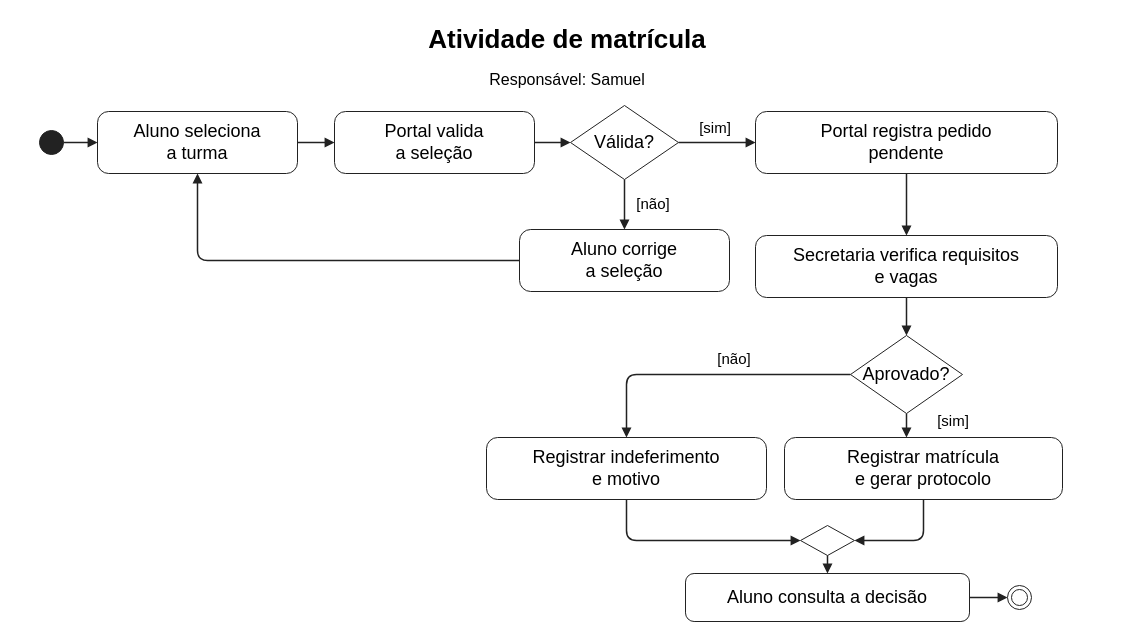
Before: diagramas/atividades/matricula.drawio in samunovasideias/pp1-site-faculdade-uml, a draw.io diagram. Source tidied: cells renumbered, new cells numbered last; positions are measured from the earlier drawing's top-left corner, leaving out a move shared by most shapes. Both pictures are drawn from the tidied source at 100%, with x=0, y=0 at pixel (39, 17).
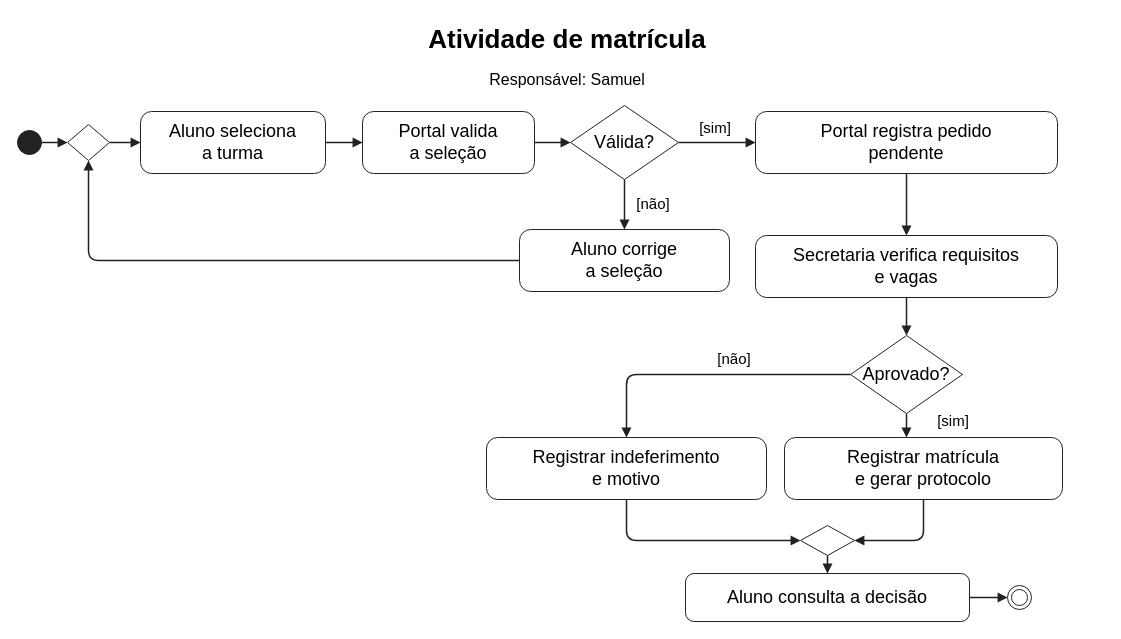
After the change.

Commit message (it also covers changes not shown here):
Refina a notação UML e confere o fluxo de matrícula

Unchanged cells that the change refers to:
```xml
<mxCell id="8" value="Aluno corrige&#10;a seleção" style="rounded=1;arcSize=18;whiteSpace=wrap;html=0;align=center;verticalAlign=middle;strokeColor=#222222;fillColor=#ffffff;fontColor=#000000;fontSize=18;" parent="1" vertex="1">
  <mxGeometry x="480" y="212" width="210" height="62" as="geometry" />
</mxCell>
```

The edit, as a diff of the source:
```diff
@@
     <mxCell id="4" style="ellipse;fillColor=#222222;whiteSpace=wrap;html=0;align=center;verticalAlign=middle;strokeColor=#222222;fillColor=#222222;fontColor=#000000;fontSize=18;" parent="1" vertex="1">
-      <mxGeometry y="113" width="24" height="24" as="geometry" />
+      <mxGeometry x="-22" y="113" width="24" height="24" as="geometry" />
     </mxCell>
     <mxCell id="5" value="Aluno seleciona&#10;a turma" style="rounded=1;arcSize=18;whiteSpace=wrap;html=0;align=center;verticalAlign=middle;strokeColor=#222222;fillColor=#ffffff;fontColor=#000000;fontSize=18;" parent="1" vertex="1">
-      <mxGeometry x="58" y="94" width="200" height="62" as="geometry" />
+      <mxGeometry x="101" y="94" width="185" height="62" as="geometry" />
     </mxCell>
+    <mxCell id="35" style="rhombus;whiteSpace=wrap;html=0;align=center;verticalAlign=middle;strokeColor=#222222;fillColor=#ffffff;fontColor=#000000;fontSize=18;" parent="1" vertex="1">
+      <mxGeometry x="28" y="107" width="42" height="36" as="geometry" />
+    </mxCell>
     <mxCell id="6" value="Portal valida&#10;a seleção" style="rounded=1;arcSize=18;whiteSpace=wrap;html=0;align=center;verticalAlign=middle;strokeColor=#222222;fillColor=#ffffff;fontColor=#000000;fontSize=18;" parent="1" vertex="1">
-      <mxGeometry x="295" y="94" width="200" height="62" as="geometry" />
+      <mxGeometry x="323" y="94" width="172" height="62" as="geometry" />
     </mxCell>
@@
+    <mxCell id="36" style="edgeStyle=none;strokeColor=#222222;strokeWidth=1.5;html=0;endArrow=block;endFill=1;exitX=1;exitY=0.5;exitPerimeter=0;entryX=0;entryY=0.5;entryPerimeter=0;" parent="1" edge="1" source="4" target="35">
+      <mxGeometry relative="1" as="geometry" />
+    </mxCell>
-    <mxCell id="17" style="edgeStyle=none;strokeColor=#222222;strokeWidth=1.5;html=0;endArrow=block;endFill=1;exitX=1;exitY=0.5;exitPerimeter=0;entryX=0;entryY=0.5;entryPerimeter=0;" parent="1" edge="1" source="4" target="5">
+    <mxCell id="17" style="edgeStyle=none;strokeColor=#222222;strokeWidth=1.5;html=0;endArrow=block;endFill=1;exitX=1;exitY=0.5;exitPerimeter=0;entryX=0;entryY=0.5;entryPerimeter=0;" parent="1" edge="1" source="35" target="5">
       <mxGeometry relative="1" as="geometry" />
     </mxCell>
@@
-    <mxCell id="24" style="edgeStyle=none;strokeColor=#222222;strokeWidth=1.5;html=0;endArrow=block;endFill=1;exitX=0;exitY=0.5;exitPerimeter=0;entryX=0.5;entryY=1;entryPerimeter=0;" parent="1" edge="1" source="8" target="5">
+    <mxCell id="24" style="edgeStyle=none;strokeColor=#222222;strokeWidth=1.5;html=0;endArrow=block;endFill=1;exitX=0;exitY=0.5;exitPerimeter=0;entryX=0.5;entryY=1;entryPerimeter=0;" parent="1" edge="1" source="8" target="35">
       <mxGeometry relative="1" as="geometry">
         <Array as="points">
-          <mxPoint x="158" y="243" />
+          <mxPoint x="49" y="243" />
         </Array>
       </mxGeometry>
     </mxCell>
```
